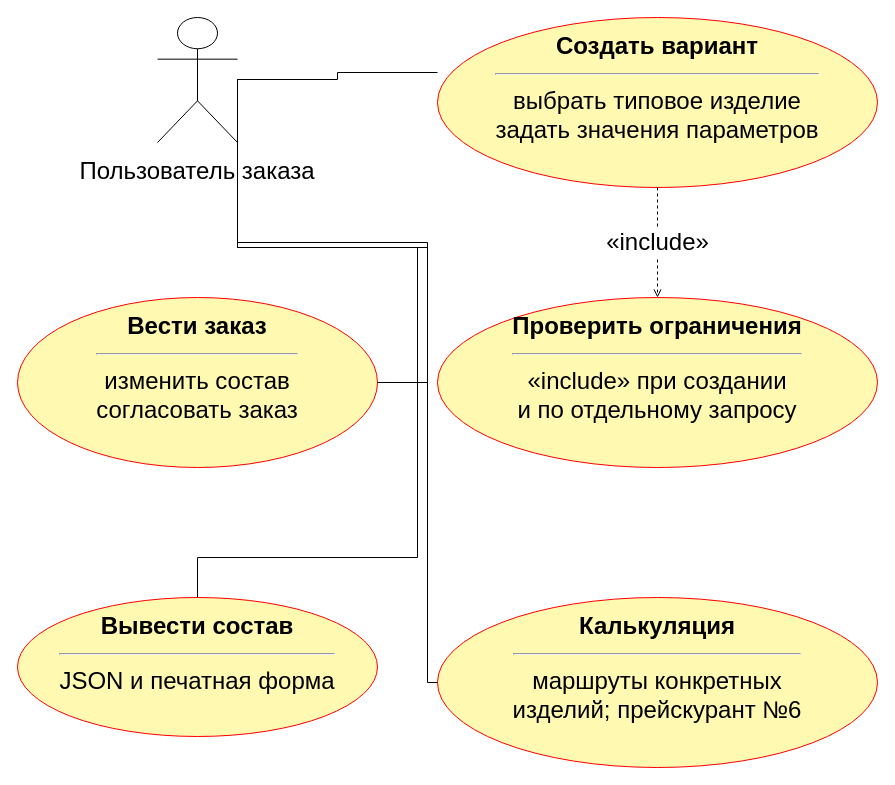
Earlier version of the draw.io diagram utils/lab7/diagrams/02_usecase_order.drawio (10xtheo/mispris-sem7). Source tidied: cells renumbered, new cells numbered last; positions are measured from the earlier drawing's top-left corner, leaving out a move shared by most shapes. Both pictures are drawn from the tidied source at 100%, with x=0, y=0 at pixel (17, 17).
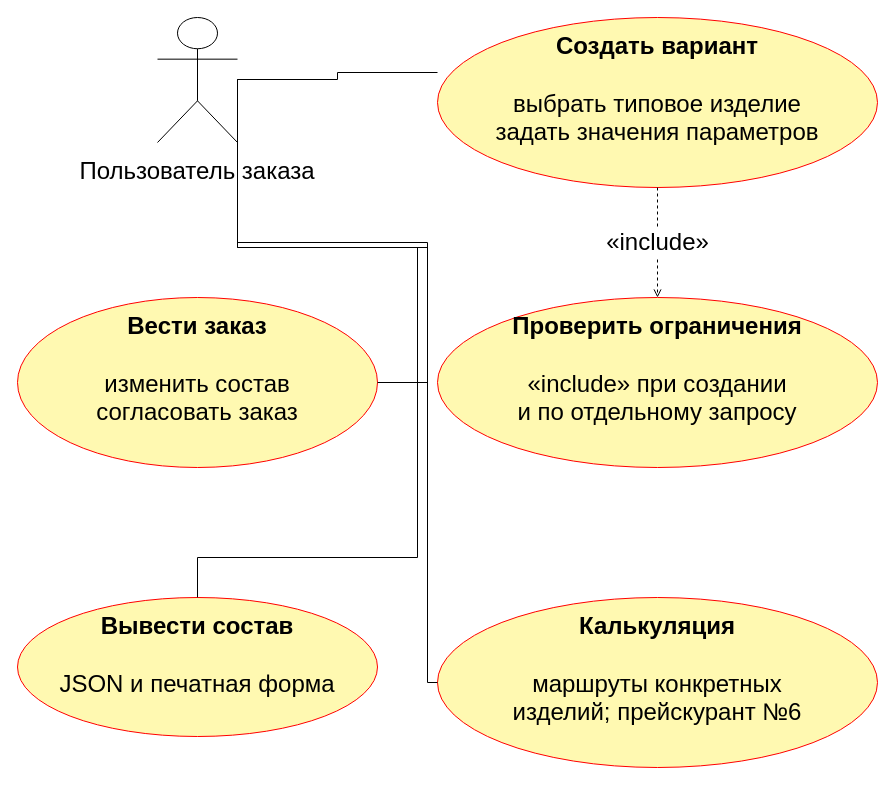
The same page after the edit.

Change to the diagram source:
```diff
@@
 <mxGraphModel>
   <root>
     <mxCell id="0" />
     <mxCell id="1" parent="0" />
     <mxCell id="2" value="Пользователь заказа" style="rounded=0;whiteSpace=wrap;html=1;align=center;verticalAlign=top;fontFamily=Arial;fontSize=24;spacing=10;fillColor=#ffffff;strokeColor=#000000;shape=umlActor;verticalLabelPosition=bottom;labelPosition=center;labelWidth=360;" parent="1" vertex="1">
       <mxGeometry x="140" width="80" height="125" as="geometry" />
     </mxCell>
-    <mxCell id="3" value="&lt;b&gt;Создать вариант&lt;/b&gt;&lt;hr&gt;выбрать типовое изделие&lt;br&gt;задать значения параметров" style="rounded=0;whiteSpace=wrap;html=1;align=center;verticalAlign=top;fontFamily=Arial;fontSize=24;spacing=10;fillColor=#ffffff;strokeColor=#000000;shape=ellipse;align=center;fillColor=#fff9b1;strokeColor=#ff0000;" parent="1" vertex="1">
+    <mxCell id="3" value="&lt;b&gt;Создать вариант&lt;/b&gt;&lt;br&gt;&lt;br&gt;выбрать типовое изделие&lt;br&gt;задать значения параметров" style="rounded=0;whiteSpace=wrap;html=1;align=center;verticalAlign=top;fontFamily=Arial;fontSize=24;spacing=10;fillColor=#ffffff;strokeColor=#000000;shape=ellipse;align=center;fillColor=#fff9b1;strokeColor=#ff0000;" parent="1" vertex="1">
       <mxGeometry x="420" width="440" height="170" as="geometry" />
     </mxCell>
-    <mxCell id="4" value="&lt;b&gt;Проверить ограничения&lt;/b&gt;&lt;hr&gt;«include» при создании&lt;br&gt;и по отдельному запросу" style="rounded=0;whiteSpace=wrap;html=1;align=center;verticalAlign=top;fontFamily=Arial;fontSize=24;spacing=10;fillColor=#ffffff;strokeColor=#000000;shape=ellipse;align=center;fillColor=#fff9b1;strokeColor=#ff0000;" parent="1" vertex="1">
+    <mxCell id="4" value="&lt;b&gt;Проверить ограничения&lt;/b&gt;&lt;br&gt;&lt;br&gt;«include» при создании&lt;br&gt;и по отдельному запросу" style="rounded=0;whiteSpace=wrap;html=1;align=center;verticalAlign=top;fontFamily=Arial;fontSize=24;spacing=10;fillColor=#ffffff;strokeColor=#000000;shape=ellipse;align=center;fillColor=#fff9b1;strokeColor=#ff0000;" parent="1" vertex="1">
       <mxGeometry x="420" y="280" width="440" height="170" as="geometry" />
     </mxCell>
-    <mxCell id="5" value="&lt;b&gt;Вести заказ&lt;/b&gt;&lt;hr&gt;изменить состав&lt;br&gt;согласовать заказ" style="rounded=0;whiteSpace=wrap;html=1;align=center;verticalAlign=top;fontFamily=Arial;fontSize=24;spacing=10;fillColor=#ffffff;strokeColor=#000000;shape=ellipse;align=center;fillColor=#fff9b1;strokeColor=#ff0000;" parent="1" vertex="1">
+    <mxCell id="5" value="&lt;b&gt;Вести заказ&lt;/b&gt;&lt;br&gt;&lt;br&gt;изменить состав&lt;br&gt;согласовать заказ" style="rounded=0;whiteSpace=wrap;html=1;align=center;verticalAlign=top;fontFamily=Arial;fontSize=24;spacing=10;fillColor=#ffffff;strokeColor=#000000;shape=ellipse;align=center;fillColor=#fff9b1;strokeColor=#ff0000;" parent="1" vertex="1">
       <mxGeometry y="280" width="360" height="170" as="geometry" />
     </mxCell>
-    <mxCell id="6" value="&lt;b&gt;Вывести состав&lt;/b&gt;&lt;hr&gt;JSON и печатная форма" style="rounded=0;whiteSpace=wrap;html=1;align=center;verticalAlign=top;fontFamily=Arial;fontSize=24;spacing=10;fillColor=#ffffff;strokeColor=#000000;shape=ellipse;align=center;fillColor=#fff9b1;strokeColor=#ff0000;" parent="1" vertex="1">
+    <mxCell id="6" value="&lt;b&gt;Вывести состав&lt;/b&gt;&lt;br&gt;&lt;br&gt;JSON и печатная форма" style="rounded=0;whiteSpace=wrap;html=1;align=center;verticalAlign=top;fontFamily=Arial;fontSize=24;spacing=10;fillColor=#ffffff;strokeColor=#000000;shape=ellipse;align=center;fillColor=#fff9b1;strokeColor=#ff0000;" parent="1" vertex="1">
       <mxGeometry y="580" width="360" height="139" as="geometry" />
     </mxCell>
-    <mxCell id="7" value="&lt;b&gt;Калькуляция&lt;/b&gt;&lt;hr&gt;маршруты конкретных&lt;br&gt;изделий; прейскурант №6" style="rounded=0;whiteSpace=wrap;html=1;align=center;verticalAlign=top;fontFamily=Arial;fontSize=24;spacing=10;fillColor=#ffffff;strokeColor=#000000;shape=ellipse;align=center;fillColor=#fff9b1;strokeColor=#ff0000;" parent="1" vertex="1">
+    <mxCell id="7" value="&lt;b&gt;Калькуляция&lt;/b&gt;&lt;br&gt;&lt;br&gt;маршруты конкретных&lt;br&gt;изделий; прейскурант №6" style="rounded=0;whiteSpace=wrap;html=1;align=center;verticalAlign=top;fontFamily=Arial;fontSize=24;spacing=10;fillColor=#ffffff;strokeColor=#000000;shape=ellipse;align=center;fillColor=#fff9b1;strokeColor=#ff0000;" parent="1" vertex="1">
       <mxGeometry x="420" y="580" width="440" height="170" as="geometry" />
     </mxCell>
     <mxCell id="8" style="edgeStyle=orthogonalEdgeStyle;rounded=0;html=1;endArrow=open;fontFamily=Arial;fontSize=24;labelBackgroundColor=#ffffff;exitX=1.0;exitY=0.496;entryX=0.0285048332085553;entryY=0.33358994113243123;endArrow=none;" parent="1" edge="1" source="2" target="3">
       <mxGeometry relative="1" as="geometry" />
     </mxCell>
     <mxCell id="9" value="«include»" style="edgeStyle=orthogonalEdgeStyle;rounded=0;html=1;endArrow=open;fontFamily=Arial;fontSize=24;labelBackgroundColor=#ffffff;exitX=0.5;exitY=1.0;entryX=0.5;entryY=0.0;dashed=1;endArrow=open;dashed=1;endArrow=open;" parent="1" edge="1" source="3" target="4">
       <mxGeometry relative="1" as="geometry" />
     </mxCell>
     <mxCell id="10" style="edgeStyle=orthogonalEdgeStyle;rounded=0;html=1;endArrow=open;fontFamily=Arial;fontSize=24;labelBackgroundColor=#ffffff;exitX=1.0;exitY=0.496;entryX=1.0;entryY=0.5;endArrow=none;" parent="1" edge="1" source="2" target="5">
       <mxGeometry relative="1" as="geometry">
         <Array as="points">
           <mxPoint x="410" y="230" />
           <mxPoint x="410" y="365" />
         </Array>
       </mxGeometry>
     </mxCell>
     <mxCell id="11" style="edgeStyle=orthogonalEdgeStyle;rounded=0;html=1;endArrow=open;fontFamily=Arial;fontSize=24;labelBackgroundColor=#ffffff;exitX=1.0;exitY=0.496;entryX=0.5;entryY=0.0;endArrow=none;" parent="1" edge="1" source="2" target="6">
       <mxGeometry relative="1" as="geometry">
         <Array as="points">
           <mxPoint x="400" y="230" />
           <mxPoint x="400" y="540" />
           <mxPoint x="180" y="540" />
         </Array>
       </mxGeometry>
     </mxCell>
     <mxCell id="12" style="edgeStyle=orthogonalEdgeStyle;rounded=0;html=1;endArrow=open;fontFamily=Arial;fontSize=24;labelBackgroundColor=#ffffff;exitX=1.0;exitY=0.496;entryX=0.0;entryY=0.5;endArrow=none;" parent="1" edge="1" source="2" target="7">
       <mxGeometry relative="1" as="geometry">
         <Array as="points">
           <mxPoint x="410" y="225" />
           <mxPoint x="410" y="665" />
         </Array>
       </mxGeometry>
     </mxCell>
   </root>
 </mxGraphModel>
```
